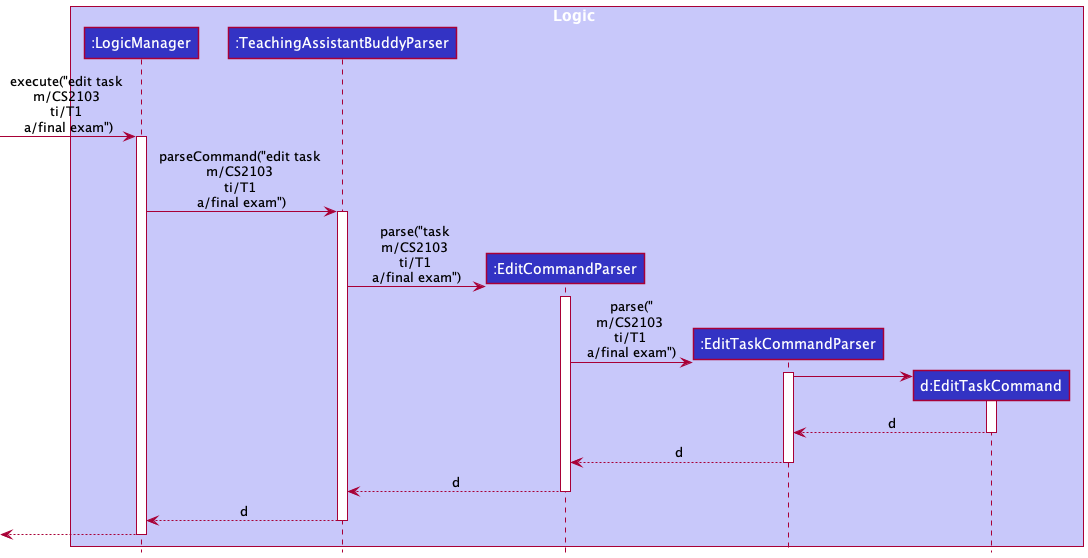
Earlier version of the PlantUML export docs/images/EditTaskSequenceDiagram1.png (nus-cs2103-AY2122S1/tp).
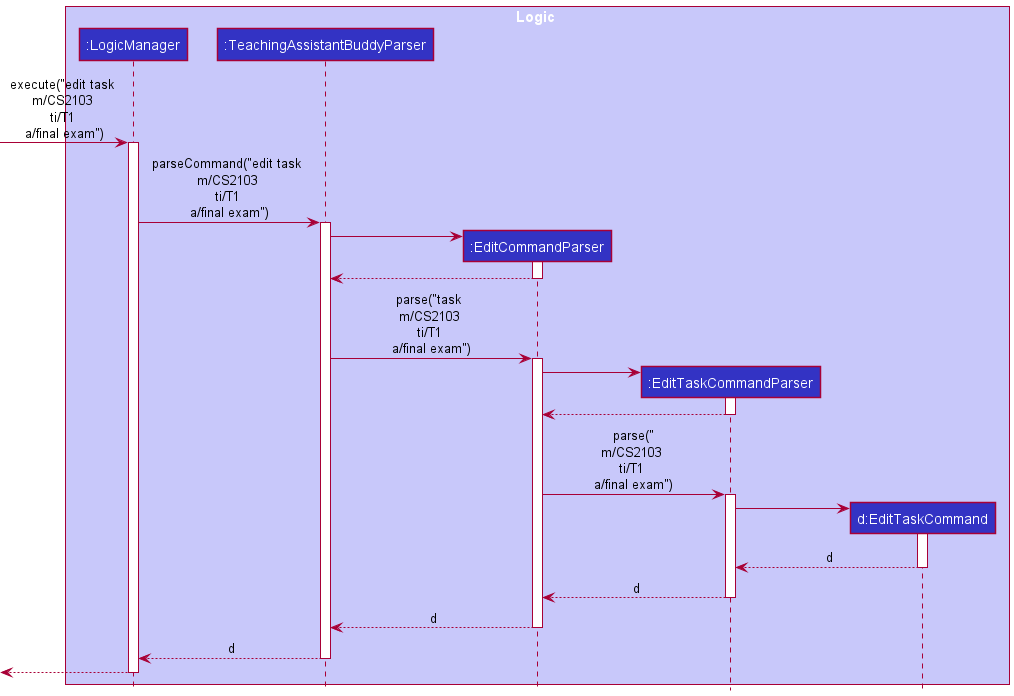
After the change.

Diff of the diagram source:
```diff
@@ -16,10 +16,19 @@
 activate TeachingAssistantBuddyParser
 
 create EditCommandParser
+TeachingAssistantBuddyParser -> EditCommandParser
+activate EditCommandParser
+EditCommandParser --> TeachingAssistantBuddyParser
+deactivate EditCommandParser
+
 TeachingAssistantBuddyParser -> EditCommandParser : parse("task \nm/CS2103 \nti/T1 \na/final exam")
 activate EditCommandParser
 
 create EditTaskCommandParser
+EditCommandParser -> EditTaskCommandParser
+activate EditTaskCommandParser
+EditTaskCommandParser --> EditCommandParser
+deactivate EditTaskCommandParser
 EditCommandParser -> EditTaskCommandParser : parse("\nm/CS2103 \nti/T1 \na/final exam")
 activate EditTaskCommandParser
 
```
